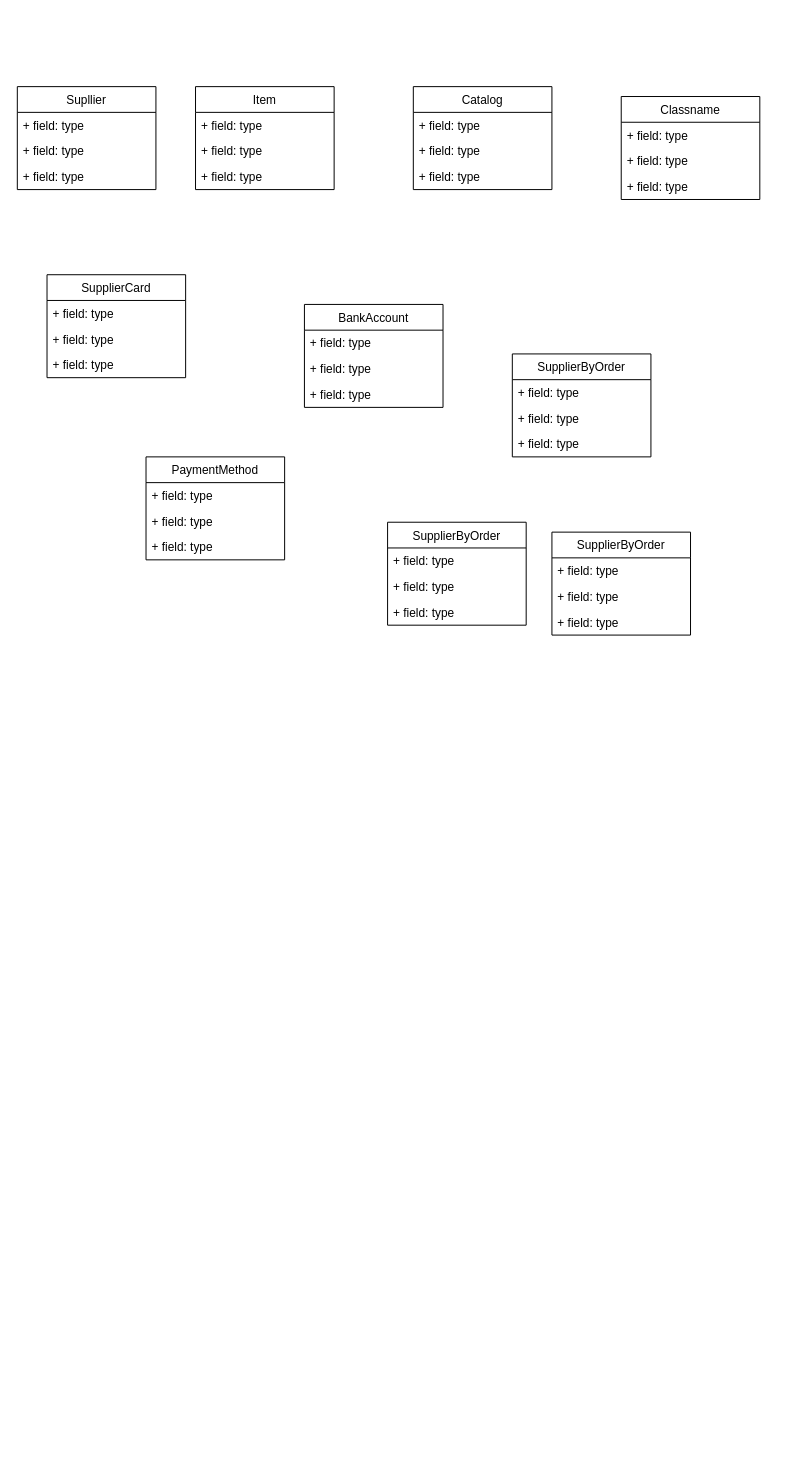
The draw.io diagram docs/Supplier model.drawio in TariqGanem/Software-Analysis-Design, before the edit. Source tidied: cells renumbered, new cells numbered last; positions are measured from the earlier drawing's top-left corner, leaving out a move shared by most shapes. Both pictures are drawn from the tidied source at 99%, with x=0, y=0 at pixel (17, 86).
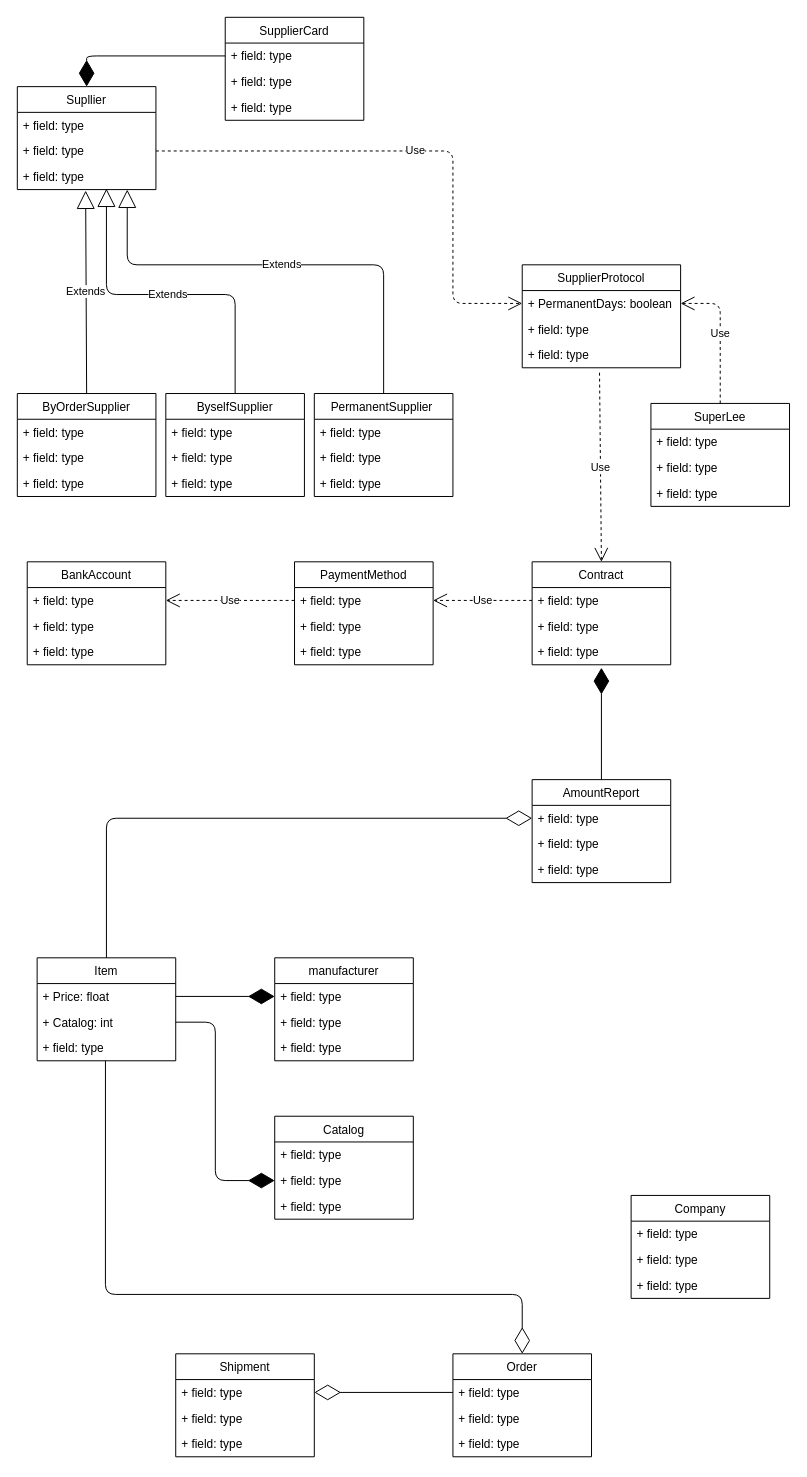
The same diagram, later.

The change refers to these unchanged cells:
```xml
<mxCell id="2" value="Supllier" style="swimlane;fontStyle=0;horizontal=1;startSize=26;fillColor=none;" parent="1" vertex="1">
  <mxGeometry width="140" height="104" as="geometry" />
</mxCell>
<mxCell id="4" value="+ field: type" style="text;strokeColor=none;fillColor=none;align=left;verticalAlign=top;spacingLeft=4;spacingRight=4;overflow=hidden;points=[[0,0.5],[1,0.5]];portConstraint=eastwest;" parent="2" vertex="1">
  <mxGeometry y="52" width="140" height="26" as="geometry" />
</mxCell>
<mxCell id="5" value="+ field: type" style="text;strokeColor=none;fillColor=none;align=left;verticalAlign=top;spacingLeft=4;spacingRight=4;overflow=hidden;points=[[0,0.5],[1,0.5]];portConstraint=eastwest;" parent="2" vertex="1">
  <mxGeometry y="78" width="140" height="26" as="geometry" />
</mxCell>
<mxCell id="11" value="+ field: type" style="text;strokeColor=none;fillColor=none;align=left;verticalAlign=top;spacingLeft=4;spacingRight=4;overflow=hidden;points=[[0,0.5],[1,0.5]];portConstraint=eastwest;" parent="10" vertex="1">
  <mxGeometry y="26" width="140" height="26" as="geometry" />
</mxCell>
<mxCell id="15" value="+ field: type" style="text;strokeColor=none;fillColor=none;align=left;verticalAlign=top;spacingLeft=4;spacingRight=4;overflow=hidden;points=[[0,0.5],[1,0.5]];portConstraint=eastwest;" parent="14" vertex="1">
  <mxGeometry y="26" width="140" height="26" as="geometry" />
</mxCell>
<mxCell id="20" value="+ field: type" style="text;strokeColor=none;fillColor=none;align=left;verticalAlign=top;spacingLeft=4;spacingRight=4;overflow=hidden;points=[[0,0.5],[1,0.5]];portConstraint=eastwest;" parent="18" vertex="1">
  <mxGeometry y="52" width="140" height="26" as="geometry" />
</mxCell>
<mxCell id="25" value="+ field: type" style="text;strokeColor=none;fillColor=none;align=left;verticalAlign=top;spacingLeft=4;spacingRight=4;overflow=hidden;points=[[0,0.5],[1,0.5]];portConstraint=eastwest;" parent="22" vertex="1">
  <mxGeometry y="78" width="140" height="26" as="geometry" />
</mxCell>
<mxCell id="39" value="+ field: type" style="text;strokeColor=none;fillColor=none;align=left;verticalAlign=top;spacingLeft=4;spacingRight=4;overflow=hidden;points=[[0,0.5],[1,0.5]];portConstraint=eastwest;" parent="38" vertex="1">
  <mxGeometry y="26" width="140" height="26" as="geometry" />
</mxCell>
```

The edit, as a diff of the source:
```diff
@@
-    <mxCell id="6" value="SupplierByOrder" style="swimlane;fontStyle=0;horizontal=1;startSize=26;fillColor=none;" parent="1" vertex="1">
-      <mxGeometry x="500" y="270" width="140" height="104" as="geometry" />
+    <mxCell id="6" value="PermanentSupplier " style="swimlane;fontStyle=0;horizontal=1;startSize=26;fillColor=none;" parent="1" vertex="1">
+      <mxGeometry x="300" y="310" width="140" height="104" as="geometry" />
     </mxCell>
@@
     <mxCell id="10" value="BankAccount" style="swimlane;fontStyle=0;horizontal=1;startSize=26;fillColor=none;" parent="1" vertex="1">
-      <mxGeometry x="290" y="220" width="140" height="104" as="geometry" />
+      <mxGeometry x="10" y="480" width="140" height="104" as="geometry" />
     </mxCell>
@@
     <mxCell id="14" value="PaymentMethod" style="swimlane;fontStyle=0;horizontal=1;startSize=26;fillColor=none;" parent="1" vertex="1">
-      <mxGeometry x="130" y="374" width="140" height="104" as="geometry" />
+      <mxGeometry x="280" y="480" width="140" height="104" as="geometry" />
     </mxCell>
@@
     <mxCell id="18" value="Catalog" style="swimlane;fontStyle=0;horizontal=1;startSize=26;fillColor=none;" parent="1" vertex="1">
-      <mxGeometry x="400" width="140" height="104" as="geometry" />
+      <mxGeometry x="260" y="1040" width="140" height="104" as="geometry" />
     </mxCell>
@@
     <mxCell id="22" value="Item" style="swimlane;fontStyle=0;horizontal=1;startSize=26;fillColor=none;" parent="1" vertex="1">
-      <mxGeometry x="180" width="140" height="104" as="geometry" />
+      <mxGeometry x="20" y="880" width="140" height="104" as="geometry" />
     </mxCell>
-    <mxCell id="23" value="+ field: type" style="text;strokeColor=none;fillColor=none;align=left;verticalAlign=top;spacingLeft=4;spacingRight=4;overflow=hidden;points=[[0,0.5],[1,0.5]];portConstraint=eastwest;" parent="22" vertex="1">
+    <mxCell id="23" value="+ Price: float" style="text;strokeColor=none;fillColor=none;align=left;verticalAlign=top;spacingLeft=4;spacingRight=4;overflow=hidden;points=[[0,0.5],[1,0.5]];portConstraint=eastwest;" parent="22" vertex="1">
       <mxGeometry y="26" width="140" height="26" as="geometry" />
     </mxCell>
-    <mxCell id="24" value="+ field: type" style="text;strokeColor=none;fillColor=none;align=left;verticalAlign=top;spacingLeft=4;spacingRight=4;overflow=hidden;points=[[0,0.5],[1,0.5]];portConstraint=eastwest;" parent="22" vertex="1">
+    <mxCell id="24" value="+ Catalog: int" style="text;strokeColor=none;fillColor=none;align=left;verticalAlign=top;spacingLeft=4;spacingRight=4;overflow=hidden;points=[[0,0.5],[1,0.5]];portConstraint=eastwest;" parent="22" vertex="1">
       <mxGeometry y="52" width="140" height="26" as="geometry" />
     </mxCell>
@@
-    <mxCell id="26" value="SupplierByOrder" style="swimlane;fontStyle=0;horizontal=1;startSize=26;fillColor=none;" parent="1" vertex="1">
-      <mxGeometry x="540" y="450" width="140" height="104" as="geometry" />
+    <mxCell id="26" value="ByselfSupplier" style="swimlane;fontStyle=0;horizontal=1;startSize=26;fillColor=none;" parent="1" vertex="1">
+      <mxGeometry x="150" y="310" width="140" height="104" as="geometry" />
     </mxCell>
@@
-    <mxCell id="30" value="SupplierByOrder" style="swimlane;fontStyle=0;horizontal=1;startSize=26;fillColor=none;" parent="1" vertex="1">
-      <mxGeometry x="374" y="440" width="140" height="104" as="geometry" />
+    <mxCell id="30" value="ByOrderSupplier" style="swimlane;fontStyle=0;horizontal=1;startSize=26;fillColor=none;" parent="1" vertex="1">
+      <mxGeometry y="310" width="140" height="104" as="geometry" />
     </mxCell>
@@
-    <mxCell id="34" value="SupplierCard" style="swimlane;fontStyle=0;horizontal=1;startSize=26;fillColor=none;" parent="1" vertex="1">
-      <mxGeometry x="30" y="190" width="140" height="104" as="geometry" />
-    </mxCell>
-    <mxCell id="35" value="+ field: type" style="text;strokeColor=none;fillColor=none;align=left;verticalAlign=top;spacingLeft=4;spacingRight=4;overflow=hidden;" parent="34" vertex="1">
-      <mxGeometry y="26" width="140" height="26" as="geometry" />
-    </mxCell>
-    <mxCell id="36" value="+ field: type" style="text;strokeColor=none;fillColor=none;align=left;verticalAlign=top;spacingLeft=4;spacingRight=4;overflow=hidden;" parent="34" vertex="1">
-      <mxGeometry y="52" width="140" height="26" as="geometry" />
-    </mxCell>
-    <mxCell id="37" value="+ field: type" style="text;strokeColor=none;fillColor=none;align=left;verticalAlign=top;spacingLeft=4;spacingRight=4;overflow=hidden;" parent="34" vertex="1">
-      <mxGeometry y="78" width="140" height="26" as="geometry" />
-    </mxCell>
-    <mxCell id="38" value="Classname" style="swimlane;fontStyle=0;horizontal=1;startSize=26;fillColor=none;" parent="1" vertex="1">
-      <mxGeometry x="610" y="10" width="140" height="104" as="geometry" />
+    <mxCell id="38" value="Order" style="swimlane;fontStyle=0;horizontal=1;startSize=26;fillColor=none;" parent="1" vertex="1">
+      <mxGeometry x="440" y="1280" width="140" height="104" as="geometry" />
     </mxCell>
@@
+    <mxCell id="42" value="Shipment" style="swimlane;fontStyle=0;horizontal=1;startSize=26;fillColor=none;" parent="1" vertex="1">
+      <mxGeometry x="160" y="1280" width="140" height="104" as="geometry" />
+    </mxCell>
+    <mxCell id="43" value="+ field: type" style="text;strokeColor=none;fillColor=none;align=left;verticalAlign=top;spacingLeft=4;spacingRight=4;overflow=hidden;points=[[0,0.5],[1,0.5]];portConstraint=eastwest;" parent="42" vertex="1">
+      <mxGeometry y="26" width="140" height="26" as="geometry" />
+    </mxCell>
+    <mxCell id="44" value="+ field: type" style="text;strokeColor=none;fillColor=none;align=left;verticalAlign=top;spacingLeft=4;spacingRight=4;overflow=hidden;" parent="42" vertex="1">
+      <mxGeometry y="52" width="140" height="26" as="geometry" />
+    </mxCell>
+    <mxCell id="45" value="+ field: type" style="text;strokeColor=none;fillColor=none;align=left;verticalAlign=top;spacingLeft=4;spacingRight=4;overflow=hidden;" parent="42" vertex="1">
+      <mxGeometry y="78" width="140" height="26" as="geometry" />
+    </mxCell>
+    <mxCell id="46" value="Company" style="swimlane;fontStyle=0;horizontal=1;startSize=26;fillColor=none;" parent="1" vertex="1">
+      <mxGeometry x="620" y="1120" width="140" height="104" as="geometry" />
+    </mxCell>
+    <mxCell id="47" value="+ field: type" style="text;strokeColor=none;fillColor=none;align=left;verticalAlign=top;spacingLeft=4;spacingRight=4;overflow=hidden;" parent="46" vertex="1">
+      <mxGeometry y="26" width="140" height="26" as="geometry" />
+    </mxCell>
+    <mxCell id="48" value="+ field: type" style="text;strokeColor=none;fillColor=none;align=left;verticalAlign=top;spacingLeft=4;spacingRight=4;overflow=hidden;" parent="46" vertex="1">
+      <mxGeometry y="52" width="140" height="26" as="geometry" />
+    </mxCell>
+    <mxCell id="49" value="+ field: type" style="text;strokeColor=none;fillColor=none;align=left;verticalAlign=top;spacingLeft=4;spacingRight=4;overflow=hidden;" parent="46" vertex="1">
+      <mxGeometry y="78" width="140" height="26" as="geometry" />
+    </mxCell>
+    <mxCell id="50" value="manufacturer" style="swimlane;fontStyle=0;horizontal=1;startSize=26;fillColor=none;" parent="1" vertex="1">
+      <mxGeometry x="260" y="880" width="140" height="104" as="geometry" />
+    </mxCell>
+    <mxCell id="51" value="+ field: type" style="text;strokeColor=none;fillColor=none;align=left;verticalAlign=top;spacingLeft=4;spacingRight=4;overflow=hidden;points=[[0,0.5],[1,0.5]];portConstraint=eastwest;" parent="50" vertex="1">
+      <mxGeometry y="26" width="140" height="26" as="geometry" />
+    </mxCell>
+    <mxCell id="52" value="+ field: type" style="text;strokeColor=none;fillColor=none;align=left;verticalAlign=top;spacingLeft=4;spacingRight=4;overflow=hidden;" parent="50" vertex="1">
+      <mxGeometry y="52" width="140" height="26" as="geometry" />
+    </mxCell>
+    <mxCell id="53" value="+ field: type" style="text;strokeColor=none;fillColor=none;align=left;verticalAlign=top;spacingLeft=4;spacingRight=4;overflow=hidden;" parent="50" vertex="1">
+      <mxGeometry y="78" width="140" height="26" as="geometry" />
+    </mxCell>
+    <mxCell id="54" value="AmountReport" style="swimlane;fontStyle=0;horizontal=1;startSize=26;fillColor=none;" parent="1" vertex="1">
+      <mxGeometry x="520" y="700" width="140" height="104" as="geometry" />
+    </mxCell>
+    <mxCell id="55" value="+ field: type" style="text;strokeColor=none;fillColor=none;align=left;verticalAlign=top;spacingLeft=4;spacingRight=4;overflow=hidden;points=[[0,0.5],[1,0.5]];portConstraint=eastwest;" parent="54" vertex="1">
+      <mxGeometry y="26" width="140" height="26" as="geometry" />
+    </mxCell>
+    <mxCell id="56" value="+ field: type" style="text;strokeColor=none;fillColor=none;align=left;verticalAlign=top;spacingLeft=4;spacingRight=4;overflow=hidden;" parent="54" vertex="1">
+      <mxGeometry y="52" width="140" height="26" as="geometry" />
+    </mxCell>
+    <mxCell id="57" value="+ field: type" style="text;strokeColor=none;fillColor=none;align=left;verticalAlign=top;spacingLeft=4;spacingRight=4;overflow=hidden;" parent="54" vertex="1">
+      <mxGeometry y="78" width="140" height="26" as="geometry" />
+    </mxCell>
+    <mxCell id="58" value="SupplierProtocol" style="swimlane;fontStyle=0;horizontal=1;startSize=26;fillColor=none;" parent="1" vertex="1">
+      <mxGeometry x="510" y="180" width="160" height="104" as="geometry" />
+    </mxCell>
+    <mxCell id="59" value="+ PermanentDays: boolean" style="text;strokeColor=none;fillColor=none;align=left;verticalAlign=top;spacingLeft=4;spacingRight=4;overflow=hidden;points=[[0,0.5],[1,0.5]];portConstraint=eastwest;" parent="58" vertex="1">
+      <mxGeometry y="26" width="160" height="26" as="geometry" />
+    </mxCell>
+    <mxCell id="60" value="+ field: type" style="text;strokeColor=none;fillColor=none;align=left;verticalAlign=top;spacingLeft=4;spacingRight=4;overflow=hidden;" parent="58" vertex="1">
+      <mxGeometry y="52" width="160" height="26" as="geometry" />
+    </mxCell>
+    <mxCell id="61" value="+ field: type" style="text;strokeColor=none;fillColor=none;align=left;verticalAlign=top;spacingLeft=4;spacingRight=4;overflow=hidden;points=[[0,0.5],[1,0.5]];portConstraint=eastwest;" parent="58" vertex="1">
+      <mxGeometry y="78" width="160" height="26" as="geometry" />
+    </mxCell>
+    <mxCell id="62" value="Extends" style="endArrow=block;endSize=16;endFill=0;html=1;exitX=0.5;exitY=0;exitDx=0;exitDy=0;" parent="1" edge="1" source="30">
+      <mxGeometry relative="1" as="geometry">
+        <mxPoint x="69" y="105" as="targetPoint" />
+      </mxGeometry>
+    </mxCell>
+    <mxCell id="63" value="Extends" style="endArrow=block;endSize=16;endFill=0;html=1;entryX=0.643;entryY=0.962;entryDx=0;entryDy=0;entryPerimeter=0;exitX=0.5;exitY=0;exitDx=0;exitDy=0;" parent="1" edge="1" source="26" target="5">
+      <mxGeometry relative="1" as="geometry">
+        <Array as="points">
+          <mxPoint x="220" y="210" />
+          <mxPoint x="90" y="210" />
+        </Array>
+      </mxGeometry>
+    </mxCell>
+    <mxCell id="64" value="Extends" style="endArrow=block;endSize=16;endFill=0;html=1;entryX=0.793;entryY=1;entryDx=0;entryDy=0;entryPerimeter=0;exitX=0.5;exitY=0;exitDx=0;exitDy=0;" parent="1" edge="1" source="6" target="5">
+      <mxGeometry relative="1" as="geometry">
+        <Array as="points">
+          <mxPoint x="370" y="180" />
+          <mxPoint x="111" y="180" />
+        </Array>
+      </mxGeometry>
+    </mxCell>
+    <mxCell id="65" value="Use" style="endArrow=open;endSize=12;dashed=1;html=1;entryX=1;entryY=0.5;entryDx=0;entryDy=0;exitX=0;exitY=0.5;exitDx=0;exitDy=0;" parent="1" edge="1" source="67" target="15">
+      <mxGeometry relative="1" as="geometry" />
+    </mxCell>
+    <mxCell id="66" value="Contract" style="swimlane;fontStyle=0;horizontal=1;startSize=26;fillColor=none;" parent="1" vertex="1">
+      <mxGeometry x="520" y="480" width="140" height="104" as="geometry" />
+    </mxCell>
+    <mxCell id="67" value="+ field: type" style="text;strokeColor=none;fillColor=none;align=left;verticalAlign=top;spacingLeft=4;spacingRight=4;overflow=hidden;points=[[0,0.5],[1,0.5]];portConstraint=eastwest;" parent="66" vertex="1">
+      <mxGeometry y="26" width="140" height="26" as="geometry" />
+    </mxCell>
+    <mxCell id="68" value="+ field: type" style="text;strokeColor=none;fillColor=none;align=left;verticalAlign=top;spacingLeft=4;spacingRight=4;overflow=hidden;" parent="66" vertex="1">
+      <mxGeometry y="52" width="140" height="26" as="geometry" />
+    </mxCell>
+    <mxCell id="69" value="+ field: type" style="text;strokeColor=none;fillColor=none;align=left;verticalAlign=top;spacingLeft=4;spacingRight=4;overflow=hidden;points=[[0,0.5],[1,0.5]];portConstraint=eastwest;" parent="66" vertex="1">
+      <mxGeometry y="78" width="140" height="26" as="geometry" />
+    </mxCell>
+    <mxCell id="70" style="endArrow=diamondThin;endFill=1;endSize=24;html=1;exitX=1;exitY=0.5;exitDx=0;exitDy=0;entryX=0;entryY=0.5;entryDx=0;entryDy=0;" parent="1" edge="1" source="23" target="51">
+      <mxGeometry relative="1" as="geometry" />
+    </mxCell>
+    <mxCell id="34" value="SupplierCard" style="swimlane;fontStyle=0;horizontal=1;startSize=26;fillColor=none;" parent="1" vertex="1">
+      <mxGeometry x="210" y="-70" width="140" height="104" as="geometry" />
+    </mxCell>
+    <mxCell id="71" value="+ field: type" style="text;strokeColor=none;fillColor=none;align=left;verticalAlign=top;spacingLeft=4;spacingRight=4;overflow=hidden;points=[[0,0.5],[1,0.5]];portConstraint=eastwest;" parent="34" vertex="1">
+      <mxGeometry y="26" width="140" height="26" as="geometry" />
+    </mxCell>
+    <mxCell id="72" value="+ field: type" style="text;strokeColor=none;fillColor=none;align=left;verticalAlign=top;spacingLeft=4;spacingRight=4;overflow=hidden;" parent="34" vertex="1">
+      <mxGeometry y="52" width="140" height="26" as="geometry" />
+    </mxCell>
+    <mxCell id="73" value="+ field: type" style="text;strokeColor=none;fillColor=none;align=left;verticalAlign=top;spacingLeft=4;spacingRight=4;overflow=hidden;" parent="34" vertex="1">
+      <mxGeometry y="78" width="140" height="26" as="geometry" />
+    </mxCell>
+    <mxCell id="74" value="Use" style="endArrow=open;endSize=12;dashed=1;html=1;exitX=0;exitY=0.5;exitDx=0;exitDy=0;entryX=1;entryY=0.5;entryDx=0;entryDy=0;" parent="1" edge="1" source="15" target="11">
+      <mxGeometry relative="1" as="geometry" />
+    </mxCell>
+    <mxCell id="75" value="SuperLee" style="swimlane;fontStyle=0;horizontal=1;startSize=26;fillColor=none;" parent="1" vertex="1">
+      <mxGeometry x="640" y="320" width="140" height="104" as="geometry" />
+    </mxCell>
+    <mxCell id="76" value="+ field: type" style="text;strokeColor=none;fillColor=none;align=left;verticalAlign=top;spacingLeft=4;spacingRight=4;overflow=hidden;" parent="75" vertex="1">
+      <mxGeometry y="26" width="140" height="26" as="geometry" />
+    </mxCell>
+    <mxCell id="77" value="+ field: type" style="text;strokeColor=none;fillColor=none;align=left;verticalAlign=top;spacingLeft=4;spacingRight=4;overflow=hidden;" parent="75" vertex="1">
+      <mxGeometry y="52" width="140" height="26" as="geometry" />
+    </mxCell>
+    <mxCell id="78" value="+ field: type" style="text;strokeColor=none;fillColor=none;align=left;verticalAlign=top;spacingLeft=4;spacingRight=4;overflow=hidden;" parent="75" vertex="1">
+      <mxGeometry y="78" width="140" height="26" as="geometry" />
+    </mxCell>
+    <mxCell id="79" style="endArrow=diamondThin;endFill=1;endSize=24;html=1;exitX=0;exitY=0.5;exitDx=0;exitDy=0;entryX=0.5;entryY=0;entryDx=0;entryDy=0;" parent="1" edge="1" source="71" target="2">
+      <mxGeometry relative="1" as="geometry">
+        <Array as="points">
+          <mxPoint x="70" y="-31" />
+        </Array>
+      </mxGeometry>
+    </mxCell>
+    <mxCell id="80" value="Use" style="endArrow=open;endSize=12;dashed=1;html=1;exitX=0.5;exitY=0;exitDx=0;exitDy=0;entryX=1;entryY=0.5;entryDx=0;entryDy=0;" parent="1" edge="1" source="75" target="59">
+      <mxGeometry relative="1" as="geometry">
+        <Array as="points">
+          <mxPoint x="710" y="219" />
+        </Array>
+      </mxGeometry>
+    </mxCell>
+    <mxCell id="81" value="Use" style="endArrow=open;endSize=12;dashed=1;html=1;exitX=1;exitY=0.5;exitDx=0;exitDy=0;entryX=0;entryY=0.5;entryDx=0;entryDy=0;" parent="1" edge="1" source="4" target="59">
+      <mxGeometry relative="1" as="geometry">
+        <Array as="points">
+          <mxPoint x="440" y="65" />
+          <mxPoint x="440" y="219" />
+        </Array>
+      </mxGeometry>
+    </mxCell>
+    <mxCell id="82" style="endArrow=diamondThin;endFill=1;endSize=24;html=1;exitX=1;exitY=0.5;exitDx=0;exitDy=0;entryX=0;entryY=0.5;entryDx=0;entryDy=0;" parent="1" edge="1" source="24" target="20">
+      <mxGeometry relative="1" as="geometry">
+        <Array as="points">
+          <mxPoint x="200" y="945" />
+          <mxPoint x="200" y="1105" />
+        </Array>
+      </mxGeometry>
+    </mxCell>
+    <mxCell id="83" style="endArrow=diamondThin;endFill=0;endSize=24;html=1;exitX=0;exitY=0.5;exitDx=0;exitDy=0;entryX=1;entryY=0.5;entryDx=0;entryDy=0;" parent="1" edge="1" source="39" target="43">
+      <mxGeometry relative="1" as="geometry" />
+    </mxCell>
+    <mxCell id="84" style="endArrow=diamondThin;endFill=0;endSize=24;html=1;exitX=0.493;exitY=1;exitDx=0;exitDy=0;exitPerimeter=0;entryX=0.5;entryY=0;entryDx=0;entryDy=0;" parent="1" edge="1" source="25" target="38">
+      <mxGeometry relative="1" as="geometry">
+        <Array as="points">
+          <mxPoint x="89" y="1220" />
+          <mxPoint x="510" y="1220" />
+        </Array>
+      </mxGeometry>
+    </mxCell>
+    <mxCell id="85" value="Use" style="endArrow=open;endSize=12;dashed=1;html=1;exitX=0.488;exitY=1.192;exitDx=0;exitDy=0;exitPerimeter=0;entryX=0.5;entryY=0;entryDx=0;entryDy=0;" parent="1" edge="1" source="61" target="66">
+      <mxGeometry relative="1" as="geometry" />
+    </mxCell>
+    <mxCell id="86" style="endArrow=diamondThin;endFill=1;endSize=24;html=1;entryX=0.5;entryY=1.115;entryDx=0;entryDy=0;entryPerimeter=0;exitX=0.5;exitY=0;exitDx=0;exitDy=0;" parent="1" edge="1" source="54" target="69">
+      <mxGeometry relative="1" as="geometry" />
+    </mxCell>
+    <mxCell id="87" style="endArrow=diamondThin;endFill=0;endSize=24;html=1;exitX=0.5;exitY=0;exitDx=0;exitDy=0;entryX=0;entryY=0.5;entryDx=0;entryDy=0;" parent="1" edge="1" source="22" target="55">
+      <mxGeometry relative="1" as="geometry">
+        <Array as="points">
+          <mxPoint x="90" y="739" />
+        </Array>
+      </mxGeometry>
+    </mxCell>
```
